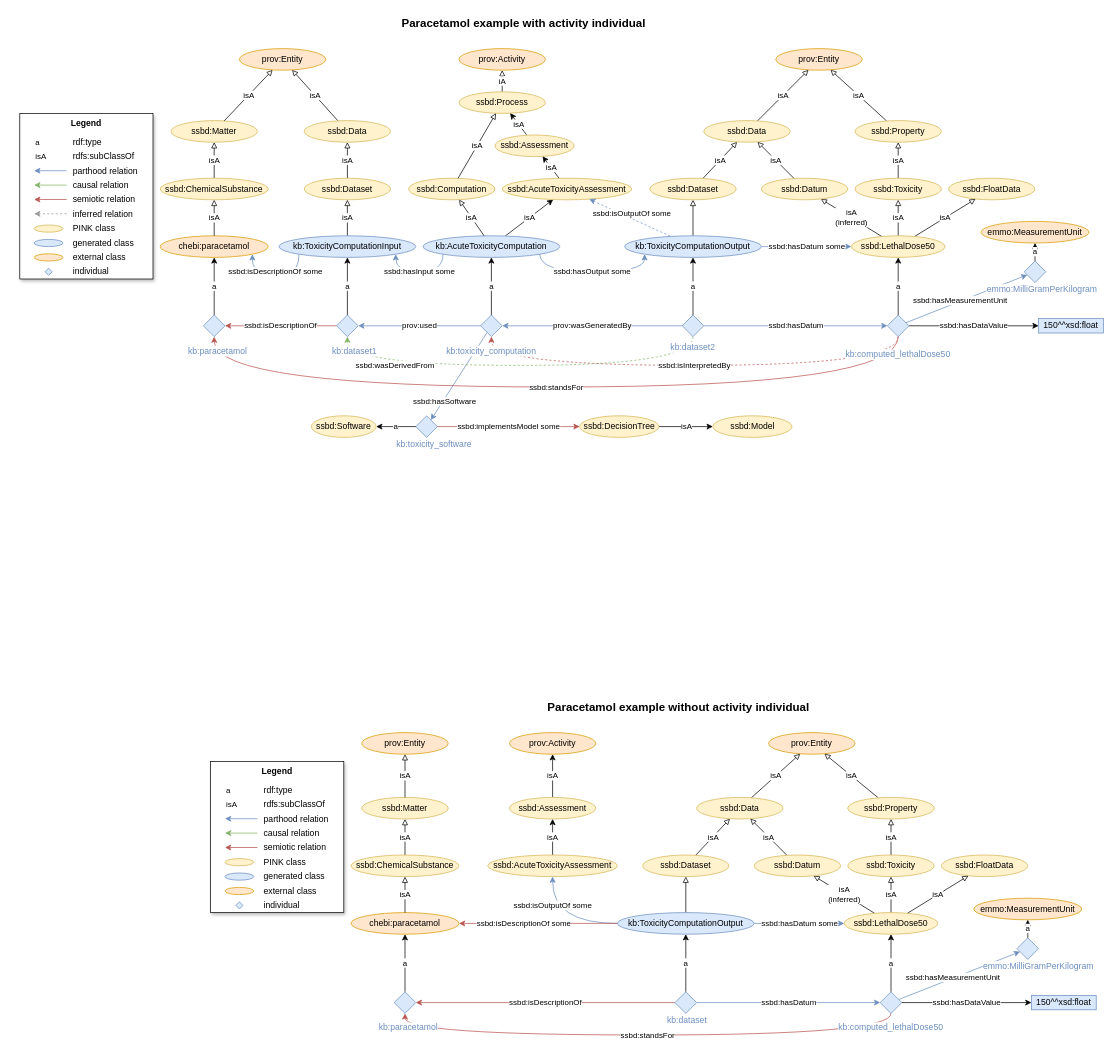
Above: page "example" (6 of 8) of docs/figs/figures.drawio in ssbd-ontology/core (draw.io), before the change. Source tidied: cells renumbered, new cells numbered last; positions are measured from the earlier drawing's top-left corner, leaving out a move shared by most shapes. Both pictures are drawn from the tidied source at 72%, with x=0, y=0 at pixel (12, 12).
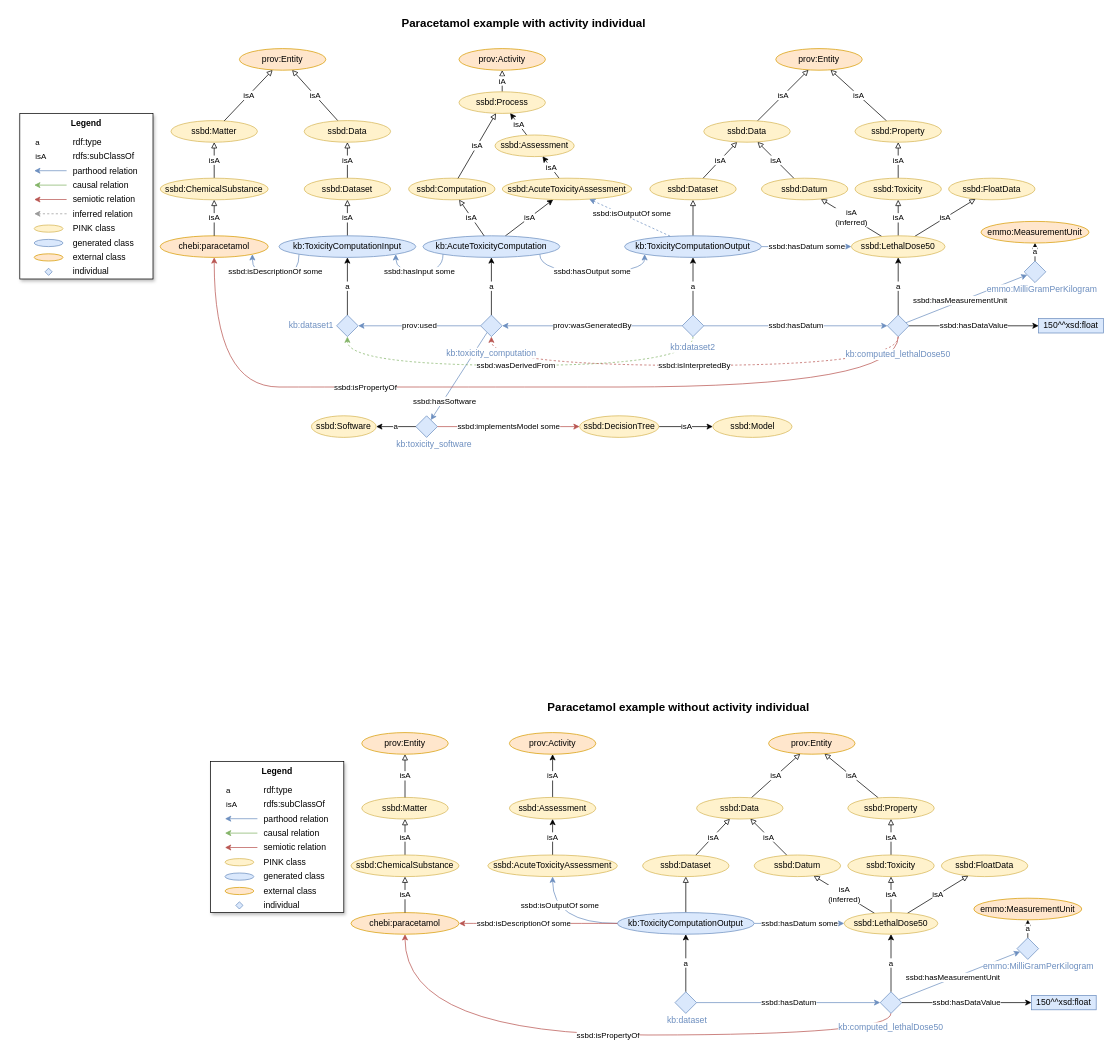
The same page after the edit.

The change refers to these unchanged cells:
```xml
<mxCell id="11" value="chebi:paracetamol" style="ellipse;whiteSpace=wrap;html=1;fillColor=#ffe6cc;strokeColor=#d79b00;" parent="1" vertex="1">
  <mxGeometry x="205" y="310" width="150" height="30" as="geometry" />
</mxCell>
<mxCell id="31" style="rhombus;whiteSpace=wrap;html=1;fillColor=#dae8fc;strokeColor=#6c8ebf;" parent="1" vertex="1">
  <mxGeometry x="450" y="420" width="30" height="30" as="geometry" />
</mxCell>
<mxCell id="43" style="rhombus;whiteSpace=wrap;html=1;fillColor=#dae8fc;strokeColor=#6c8ebf;" parent="1" vertex="1">
  <mxGeometry x="930" y="420" width="30" height="30" as="geometry" />
</mxCell>
<mxCell id="58" style="rhombus;whiteSpace=wrap;html=1;fillColor=#dae8fc;strokeColor=#6c8ebf;" parent="1" vertex="1">
  <mxGeometry x="1215" y="420" width="30" height="30" as="geometry" />
</mxCell>
<mxCell id="96" value="chebi:paracetamol" style="ellipse;whiteSpace=wrap;html=1;fillColor=#ffe6cc;strokeColor=#d79b00;" parent="1" vertex="1">
  <mxGeometry x="470" y="1250" width="150" height="30" as="geometry" />
</mxCell>
<mxCell id="104" value="kb:ToxicityComputationOutput" style="ellipse;whiteSpace=wrap;html=1;fillColor=#dae8fc;strokeColor=#6c8ebf;" parent="1" vertex="1">
  <mxGeometry x="840" y="1250" width="190" height="30" as="geometry" />
</mxCell>
<mxCell id="106" style="rhombus;whiteSpace=wrap;html=1;fillColor=#dae8fc;strokeColor=#6c8ebf;" parent="1" vertex="1">
  <mxGeometry x="920" y="1360" width="30" height="30" as="geometry" />
</mxCell>
<mxCell id="117" style="rhombus;whiteSpace=wrap;html=1;fillColor=#dae8fc;strokeColor=#6c8ebf;" parent="1" vertex="1">
  <mxGeometry x="1205" y="1360" width="30" height="30" as="geometry" />
</mxCell>
<mxCell id="160" value="ssbd:AcuteToxicityAssessment" style="ellipse;whiteSpace=wrap;html=1;fillColor=#fff2cc;strokeColor=#d6b656;" parent="1" vertex="1">
  <mxGeometry x="660" y="1170" width="180" height="30" as="geometry" />
</mxCell>
```

The edit, as a diff of the source:
```diff
@@
     <mxCell id="7" value="ssbd:wasDerivedFrom" style="edgeStyle=orthogonalEdgeStyle;shape=connector;rounded=0;jettySize=auto;html=1;strokeColor=#82b366;align=center;verticalAlign=middle;fontFamily=Helvetica;fontSize=11;fontColor=default;labelBackgroundColor=default;endArrow=classic;endFill=1;curved=1;fillColor=#d5e8d4;dashed=1;" parent="1" edge="1" source="43" target="31">
-      <mxGeometry x="0.62" relative="1" as="geometry">
+      <mxGeometry x="0.02" relative="1" as="geometry">
         <Array as="points">
           <mxPoint x="945" y="490" />
           <mxPoint x="465" y="490" />
         </Array>
       </mxGeometry>
     </mxCell>
-    <mxCell id="8" value="a" style="rounded=0;jettySize=auto;html=1;" parent="1" edge="1" source="9" target="11">
-      <mxGeometry relative="1" as="geometry" />
-    </mxCell>
-    <mxCell id="9" style="rhombus;whiteSpace=wrap;html=1;fillColor=#dae8fc;strokeColor=#6c8ebf;" parent="1" vertex="1">
-      <mxGeometry x="265" y="420" width="30" height="30" as="geometry" />
-    </mxCell>
@@
-    <mxCell id="30" value="ssbd:isDescriptionOf" style="edgeStyle=none;shape=connector;rounded=0;jettySize=auto;html=1;strokeColor=#b85450;align=center;verticalAlign=middle;fontFamily=Helvetica;fontSize=11;fontColor=default;labelBackgroundColor=default;endArrow=classic;endFill=1;fillColor=#f8cecc;" parent="1" edge="1" source="31" target="9">
-      <mxGeometry relative="1" as="geometry" />
-    </mxCell>
@@
     <mxCell id="32" value="&lt;font color=&quot;#6c8ebf&quot;&gt;kb:dataset1&lt;/font&gt;" style="text;html=1;align=center;verticalAlign=middle;whiteSpace=wrap;rounded=0;labelBackgroundColor=default;" parent="1" vertex="1">
-      <mxGeometry x="445" y="460" width="60" height="20" as="geometry" />
+      <mxGeometry x="380" y="425" width="70" height="20" as="geometry" />
     </mxCell>
@@
-    <mxCell id="60" value="ssbd:standsFor" style="edgeStyle=orthogonalEdgeStyle;shape=connector;rounded=0;jettySize=auto;html=1;strokeColor=#b85450;align=center;verticalAlign=middle;fontFamily=Helvetica;fontSize=11;fontColor=default;labelBackgroundColor=default;endArrow=classic;endFill=1;curved=1;fillColor=#f8cecc;exitX=0.5;exitY=1;exitDx=0;exitDy=0;" parent="1" edge="1" source="58" target="9">
-      <mxGeometry relative="1" as="geometry">
+    <mxCell id="60" value="ssbd:isPropertyOf" style="edgeStyle=orthogonalEdgeStyle;shape=connector;rounded=0;jettySize=auto;html=1;strokeColor=#b85450;align=center;verticalAlign=middle;fontFamily=Helvetica;fontSize=11;fontColor=default;labelBackgroundColor=default;endArrow=classic;endFill=1;curved=1;fillColor=#f8cecc;exitX=0.5;exitY=1;exitDx=0;exitDy=0;" parent="1" edge="1" source="58" target="11">
+      <mxGeometry x="0.35" relative="1" as="geometry">
         <Array as="points">
           <mxPoint x="1230" y="520" />
+          <mxPoint x="460" y="500" />
           <mxPoint x="280" y="520" />
         </Array>
       </mxGeometry>
     </mxCell>
-    <mxCell id="61" value="&lt;font color=&quot;#6c8ebf&quot;&gt;kb:paracetamol&lt;/font&gt;" style="text;html=1;align=center;verticalAlign=middle;whiteSpace=wrap;rounded=0;labelBackgroundColor=default;" parent="1" vertex="1">
-      <mxGeometry x="255" y="460" width="60" height="20" as="geometry" />
-    </mxCell>
@@
-    <mxCell id="93" value="a" style="rounded=0;jettySize=auto;html=1;" parent="1" edge="1" source="94" target="96">
-      <mxGeometry relative="1" as="geometry" />
-    </mxCell>
-    <mxCell id="94" style="rhombus;whiteSpace=wrap;html=1;fillColor=#dae8fc;strokeColor=#6c8ebf;" parent="1" vertex="1">
-      <mxGeometry x="530" y="1360" width="30" height="30" as="geometry" />
-    </mxCell>
@@
-    <mxCell id="101" value="ssbd:isDescriptionOf" style="edgeStyle=none;shape=connector;rounded=0;jettySize=auto;html=1;strokeColor=#b85450;align=center;verticalAlign=middle;fontFamily=Helvetica;fontSize=11;fontColor=default;labelBackgroundColor=default;endArrow=classic;endFill=1;fillColor=#f8cecc;" parent="1" edge="1" source="106" target="94">
-      <mxGeometry relative="1" as="geometry" />
-    </mxCell>
@@
-    <mxCell id="119" value="ssbd:standsFor" style="edgeStyle=orthogonalEdgeStyle;shape=connector;rounded=0;jettySize=auto;html=1;strokeColor=#b85450;align=center;verticalAlign=middle;fontFamily=Helvetica;fontSize=11;fontColor=default;labelBackgroundColor=default;endArrow=classic;endFill=1;curved=1;fillColor=#f8cecc;exitX=0.5;exitY=1;exitDx=0;exitDy=0;" parent="1" edge="1" source="117" target="94">
+    <mxCell id="119" value="ssbd:isPropertyOf" style="edgeStyle=orthogonalEdgeStyle;shape=connector;rounded=0;jettySize=auto;html=1;strokeColor=#b85450;align=center;verticalAlign=middle;fontFamily=Helvetica;fontSize=11;fontColor=default;labelBackgroundColor=default;endArrow=classic;endFill=1;curved=1;fillColor=#f8cecc;exitX=0.5;exitY=1;exitDx=0;exitDy=0;" parent="1" edge="1" source="117" target="96">
       <mxGeometry relative="1" as="geometry">
         <Array as="points">
           <mxPoint x="1220" y="1420" />
           <mxPoint x="545" y="1420" />
         </Array>
       </mxGeometry>
     </mxCell>
-    <mxCell id="120" value="&lt;font color=&quot;#6c8ebf&quot;&gt;kb:paracetamol&lt;/font&gt;" style="text;html=1;align=center;verticalAlign=middle;whiteSpace=wrap;rounded=0;labelBackgroundColor=default;" parent="1" vertex="1">
-      <mxGeometry x="520" y="1400" width="60" height="20" as="geometry" />
-    </mxCell>
@@
     <mxCell id="162" value="&lt;font color=&quot;#6c8ebf&quot;&gt;kb:toxicity_computation&lt;/font&gt;" style="text;html=1;align=center;verticalAlign=middle;whiteSpace=wrap;rounded=0;labelBackgroundColor=default;" parent="1" vertex="1">
-      <mxGeometry x="635" y="465" width="60" height="10" as="geometry" />
+      <mxGeometry x="635" y="465" width="60" height="15" as="geometry" />
     </mxCell>
@@
     <mxCell id="164" value="ssbd:isOutputOf some" style="endArrow=none;html=1;rounded=0;strokeColor=#6c8ebf;align=center;verticalAlign=middle;fontFamily=Helvetica;fontSize=11;fontColor=default;labelBackgroundColor=default;exitX=0.5;exitY=1;exitDx=0;exitDy=0;entryX=0;entryY=0.5;entryDx=0;entryDy=0;edgeStyle=orthogonalEdgeStyle;curved=1;startFill=1;startArrow=classic;fillColor=#dae8fc;" parent="1" edge="1" source="160" target="104">
-      <mxGeometry x="-0.48" relative="1" as="geometry" />
+      <mxGeometry x="-0.48" y="10" relative="1" as="geometry" />
     </mxCell>
```
